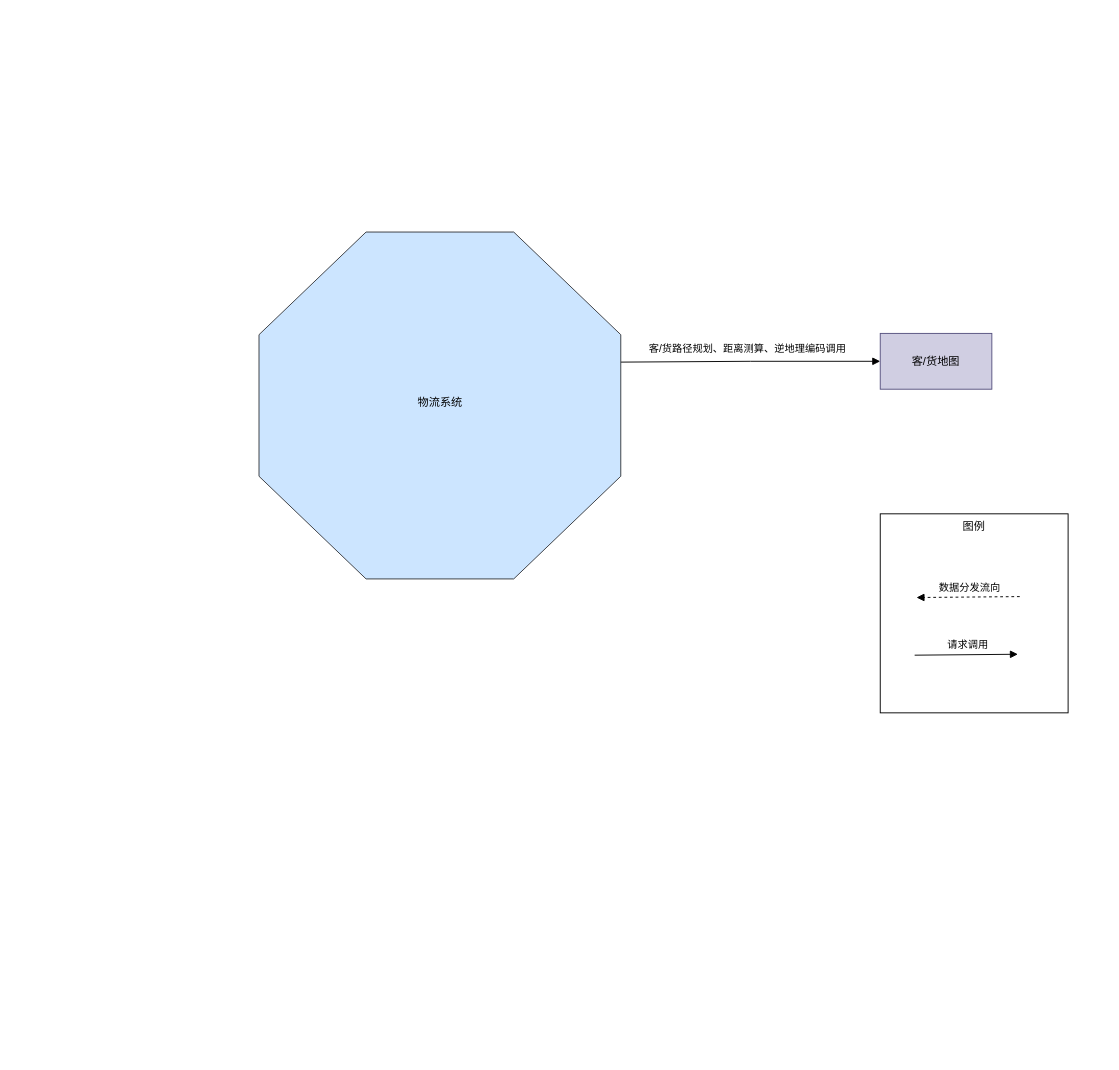
This is page "物流系统" (9 of 14) of docs/自营重构2.drawio from lokiworks/codebase, a draw.io file, before an edit. Source tidied: cells renumbered, new cells numbered last; positions are measured from the earlier drawing's top-left corner, leaving out a move shared by most shapes. Both pictures are drawn from the tidied source at 93%, with x=0, y=0 at pixel (259, 232).
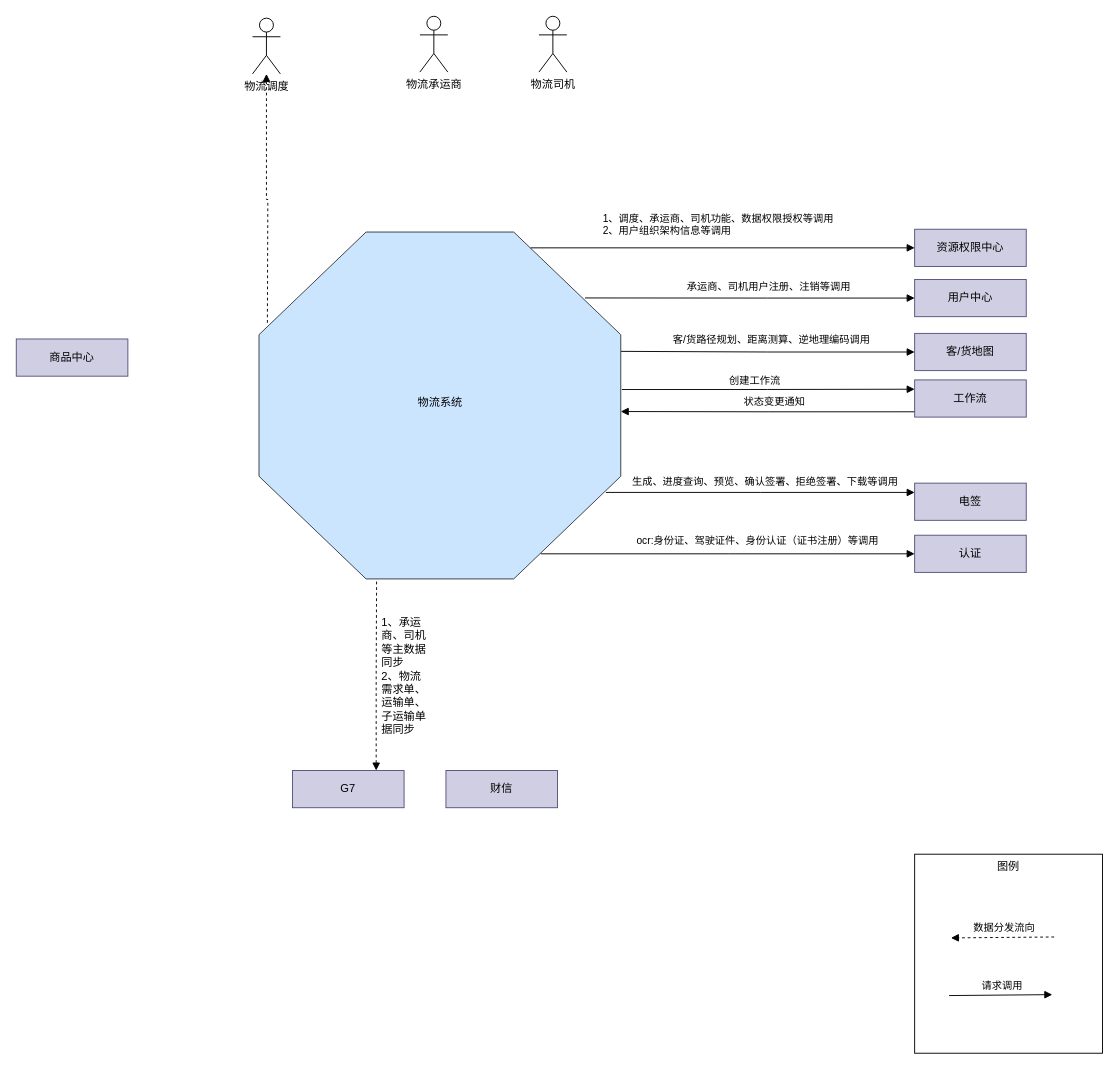
After the change.

The change refers to these unchanged cells:
```xml
<mxCell id="5" style="verticalLabelPosition=bottom;verticalAlign=top;html=1;shape=mxgraph.basic.octagon;arcSize=6;size=0.27;fillColor=#cce5ff;strokeColor=#36393d;" parent="1" vertex="1">
  <mxGeometry width="389" height="373" as="geometry" />
</mxCell>
```

Change to the diagram source:
```diff
@@
-    <mxCell id="2" style="edgeStyle=orthogonalEdgeStyle;rounded=0;jettySize=auto;html=1;exitX=0;exitY=0.5;exitDx=0;exitDy=0;entryX=0.999;entryY=0.375;entryDx=0;entryDy=0;entryPerimeter=0;startArrow=block;startFill=1;endArrow=none;endFill=0;" parent="1" edge="1" source="4" target="5">
+    <mxCell id="2" style="edgeStyle=orthogonalEdgeStyle;rounded=0;jettySize=auto;html=1;exitX=0;exitY=0.5;exitDx=0;exitDy=0;startArrow=block;startFill=1;endArrow=none;endFill=0;entryX=1;entryY=0.344;entryDx=0;entryDy=0;entryPerimeter=0;" parent="1" edge="1" source="4" target="5">
       <mxGeometry relative="1" as="geometry" />
     </mxCell>
@@
     <mxCell id="4" value="客/货地图" style="rounded=0;whiteSpace=wrap;html=1;fillColor=#d0cee2;strokeColor=#56517e;" parent="1" vertex="1">
-      <mxGeometry x="668" y="109" width="120" height="60" as="geometry" />
+      <mxGeometry x="705" y="109" width="120" height="40" as="geometry" />
     </mxCell>
+    <mxCell id="12" style="edgeStyle=orthogonalEdgeStyle;rounded=0;jettySize=auto;html=1;entryX=0;entryY=0.25;entryDx=0;entryDy=0;exitX=1.003;exitY=0.454;exitDx=0;exitDy=0;exitPerimeter=0;endArrow=block;endFill=1;" parent="1" edge="1" source="5" target="15">
+      <mxGeometry relative="1" as="geometry" />
+    </mxCell>
@@
     <mxCell id="7" value="图例" style="rounded=0;whiteSpace=wrap;html=1;verticalAlign=top;" parent="1" vertex="1">
-      <mxGeometry x="668" y="303" width="202" height="214" as="geometry" />
+      <mxGeometry x="705" y="669" width="202" height="214" as="geometry" />
     </mxCell>
     <mxCell id="8" style="edgeStyle=orthogonalEdgeStyle;rounded=0;orthogonalLoop=1;jettySize=auto;html=1;entryX=0.999;entryY=0.375;entryDx=0;entryDy=0;entryPerimeter=0;startArrow=block;startFill=1;endArrow=none;endFill=0;" parent="1" edge="1">
       <mxGeometry relative="1" as="geometry">
-        <mxPoint x="816" y="454" as="sourcePoint" />
-        <mxPoint x="705" y="455" as="targetPoint" />
+        <mxPoint x="853" y="820" as="sourcePoint" />
+        <mxPoint x="742" y="821" as="targetPoint" />
         <Array as="points">
-          <mxPoint x="705" y="454" />
+          <mxPoint x="742" y="820" />
         </Array>
       </mxGeometry>
     </mxCell>
@@
     <mxCell id="10" style="edgeStyle=orthogonalEdgeStyle;rounded=0;orthogonalLoop=1;jettySize=auto;html=1;entryX=0.999;entryY=0.375;entryDx=0;entryDy=0;entryPerimeter=0;startArrow=none;startFill=0;endArrow=block;endFill=1;dashed=1;" parent="1" edge="1">
       <mxGeometry relative="1" as="geometry">
-        <mxPoint x="818" y="392" as="sourcePoint" />
-        <mxPoint x="707" y="393" as="targetPoint" />
+        <mxPoint x="855" y="758" as="sourcePoint" />
+        <mxPoint x="744" y="759" as="targetPoint" />
         <Array as="points">
-          <mxPoint x="707" y="392" />
+          <mxPoint x="744" y="758" />
         </Array>
       </mxGeometry>
     </mxCell>
@@
+    <mxCell id="13" style="edgeStyle=orthogonalEdgeStyle;rounded=0;jettySize=auto;html=1;exitX=0.001;exitY=0.857;exitDx=0;exitDy=0;endArrow=block;endFill=1;exitPerimeter=0;" parent="1" edge="1" source="15">
+      <mxGeometry relative="1" as="geometry">
+        <mxPoint x="389" y="193" as="targetPoint" />
+      </mxGeometry>
+    </mxCell>
+    <mxCell id="14" value="状态变更通知" style="edgeLabel;html=1;align=center;verticalAlign=middle;" parent="13" vertex="1">
+      <mxGeometry x="-0.1" y="1" relative="1" as="geometry">
+        <mxPoint x="-10" y="-12" as="offset" />
+      </mxGeometry>
+    </mxCell>
+    <mxCell id="15" value="工作流" style="rounded=0;whiteSpace=wrap;html=1;fillColor=#d0cee2;strokeColor=#56517e;" parent="1" vertex="1">
+      <mxGeometry x="705" y="159" width="120" height="40" as="geometry" />
+    </mxCell>
+    <mxCell id="16" value="创建工作流" style="edgeLabel;html=1;align=center;verticalAlign=middle;" parent="1" vertex="1">
+      <mxGeometry x="532" y="159" as="geometry" />
+    </mxCell>
+    <mxCell id="17" style="edgeStyle=orthogonalEdgeStyle;rounded=0;jettySize=auto;html=1;exitX=0;exitY=0.25;exitDx=0;exitDy=0;endArrow=none;endFill=0;startArrow=block;startFill=1;" parent="1" edge="1" source="18">
+      <mxGeometry relative="1" as="geometry">
+        <mxPoint x="373" y="280" as="targetPoint" />
+      </mxGeometry>
+    </mxCell>
+    <mxCell id="18" value="电签" style="rounded=0;whiteSpace=wrap;html=1;fillColor=#d0cee2;strokeColor=#56517e;" parent="1" vertex="1">
+      <mxGeometry x="705" y="270" width="120" height="40" as="geometry" />
+    </mxCell>
+    <mxCell id="19" value="生成、进度查询、预览、确认签署、拒绝签署、下载等调用" style="edgeLabel;html=1;align=center;verticalAlign=middle;" parent="1" vertex="1">
+      <mxGeometry x="554" y="199" as="geometry">
+        <mxPoint x="-11" y="68" as="offset" />
+      </mxGeometry>
+    </mxCell>
+    <mxCell id="20" style="edgeStyle=orthogonalEdgeStyle;rounded=0;jettySize=auto;html=1;exitX=0;exitY=0.5;exitDx=0;exitDy=0;startArrow=block;startFill=1;endArrow=none;endFill=0;" parent="1" edge="1" source="22">
+      <mxGeometry relative="1" as="geometry">
+        <mxPoint x="303" y="346" as="targetPoint" />
+      </mxGeometry>
+    </mxCell>
+    <mxCell id="21" value="ocr:身份证、驾驶证件、身份认证（证书注册）等调用" style="edgeLabel;html=1;align=center;verticalAlign=middle;" parent="20" vertex="1">
+      <mxGeometry x="-0.39" y="-2" relative="1" as="geometry">
+        <mxPoint x="-47" y="-13" as="offset" />
+      </mxGeometry>
+    </mxCell>
+    <mxCell id="22" value="认证" style="rounded=0;whiteSpace=wrap;html=1;fillColor=#d0cee2;strokeColor=#56517e;" parent="1" vertex="1">
+      <mxGeometry x="705" y="326" width="120" height="40" as="geometry" />
+    </mxCell>
+    <mxCell id="23" style="edgeStyle=orthogonalEdgeStyle;rounded=0;jettySize=auto;html=1;exitX=0;exitY=0.5;exitDx=0;exitDy=0;entryX=0.901;entryY=0.19;entryDx=0;entryDy=0;entryPerimeter=0;startArrow=block;startFill=1;endArrow=none;endFill=0;" parent="1" edge="1" source="24" target="5">
+      <mxGeometry relative="1" as="geometry" />
+    </mxCell>
+    <mxCell id="24" value="用户中心" style="rounded=0;whiteSpace=wrap;html=1;fillColor=#d0cee2;strokeColor=#56517e;" parent="1" vertex="1">
+      <mxGeometry x="705" y="51" width="120" height="40" as="geometry" />
+    </mxCell>
+    <mxCell id="25" value="承运商、司机用户注册、注销等调用" style="edgeLabel;html=1;align=center;verticalAlign=middle;" parent="1" vertex="1">
+      <mxGeometry x="547" y="58" as="geometry" />
+    </mxCell>
+    <mxCell id="26" style="edgeStyle=orthogonalEdgeStyle;rounded=0;jettySize=auto;html=1;exitX=0;exitY=0.5;exitDx=0;exitDy=0;startArrow=block;startFill=1;endArrow=none;endFill=0;" parent="1" edge="1" source="27">
+      <mxGeometry relative="1" as="geometry">
+        <mxPoint x="292" y="17" as="targetPoint" />
+      </mxGeometry>
+    </mxCell>
+    <mxCell id="27" value="资源权限中心" style="rounded=0;whiteSpace=wrap;html=1;fillColor=#d0cee2;strokeColor=#56517e;" parent="1" vertex="1">
+      <mxGeometry x="705" y="-3" width="120" height="40" as="geometry" />
+    </mxCell>
+    <mxCell id="28" value="1、调度、承运商、司机功能、数据权限授权等调用&lt;br&gt;2、用户组织架构信息等调用" style="edgeLabel;html=1;align=left;verticalAlign=top;" parent="1" vertex="1">
+      <mxGeometry x="381" y="46" as="geometry">
+        <mxPoint x="-13" y="-73" as="offset" />
+      </mxGeometry>
+    </mxCell>
+    <mxCell id="29" style="edgeStyle=orthogonalEdgeStyle;rounded=0;jettySize=auto;html=1;exitX=0.75;exitY=0;exitDx=0;exitDy=0;entryX=0.325;entryY=1.007;entryDx=0;entryDy=0;entryPerimeter=0;startArrow=block;startFill=1;endArrow=none;endFill=0;dashed=1;" parent="1" edge="1" source="30" target="5">
+      <mxGeometry relative="1" as="geometry" />
+    </mxCell>
+    <mxCell id="30" value="G7" style="rounded=0;whiteSpace=wrap;html=1;fillColor=#d0cee2;strokeColor=#56517e;" parent="1" vertex="1">
+      <mxGeometry x="36" y="579" width="120" height="40" as="geometry" />
+    </mxCell>
+    <mxCell id="31" value="1、承运商、司机等主数据同步&lt;br&gt;2、物流需求单、运输单、子运输单据同步" style="text;html=1;strokeColor=none;fillColor=none;align=left;verticalAlign=top;whiteSpace=wrap;rounded=0;" parent="1" vertex="1">
+      <mxGeometry x="130" y="406" width="55" height="159" as="geometry" />
+    </mxCell>
+    <mxCell id="32" value="财信" style="rounded=0;whiteSpace=wrap;html=1;fillColor=#d0cee2;strokeColor=#56517e;" parent="1" vertex="1">
+      <mxGeometry x="201" y="579" width="120" height="40" as="geometry" />
+    </mxCell>
+    <mxCell id="33" value="商品中心" style="rounded=0;whiteSpace=wrap;html=1;fillColor=#d0cee2;strokeColor=#56517e;" parent="1" vertex="1">
+      <mxGeometry x="-261" y="115" width="120" height="40" as="geometry" />
+    </mxCell>
+    <mxCell id="34" style="edgeStyle=orthogonalEdgeStyle;rounded=0;jettySize=auto;html=1;dashed=1;startArrow=block;startFill=1;endArrow=none;endFill=0;" parent="1" edge="1" source="35">
+      <mxGeometry relative="1" as="geometry">
+        <mxPoint x="9" y="100" as="targetPoint" />
+      </mxGeometry>
+    </mxCell>
+    <mxCell id="35" value="物流调度" style="shape=umlActor;verticalLabelPosition=bottom;verticalAlign=top;html=1;outlineConnect=0;strokeColor=default;" parent="1" vertex="1">
+      <mxGeometry x="-7" y="-230" width="30" height="60" as="geometry" />
+    </mxCell>
+    <mxCell id="36" value="物流承运商" style="shape=umlActor;verticalLabelPosition=bottom;verticalAlign=top;html=1;strokeColor=default;" parent="1" vertex="1">
+      <mxGeometry x="173" y="-232" width="30" height="60" as="geometry" />
+    </mxCell>
+    <mxCell id="37" value="物流司机" style="shape=umlActor;verticalLabelPosition=bottom;verticalAlign=top;html=1;strokeColor=default;" parent="1" vertex="1">
+      <mxGeometry x="301" y="-232" width="30" height="60" as="geometry" />
+    </mxCell>
```
